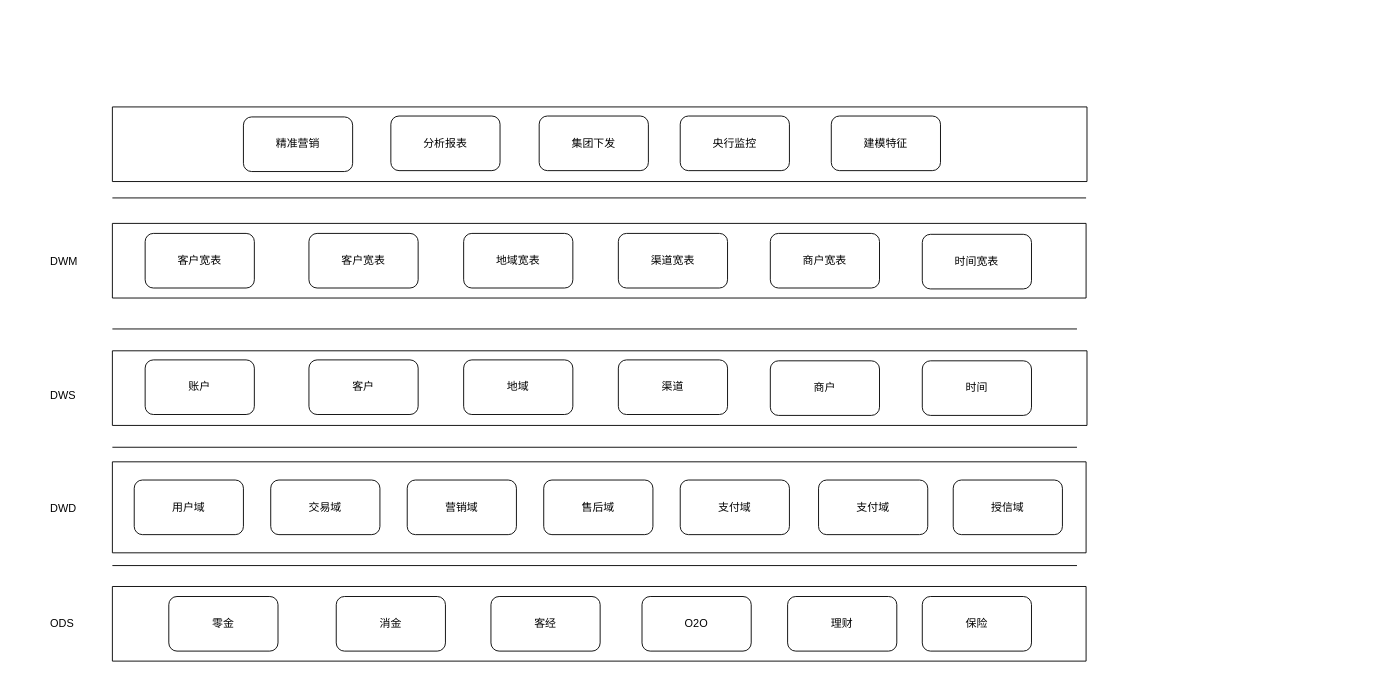
The draw.io diagram 数仓架构.drawio in CarryNi/Orange, before the edit. Source tidied: cells renumbered, new cells numbered last; positions are measured from the earlier drawing's top-left corner, leaving out a move shared by most shapes. Both pictures are drawn from the tidied source at 91%, with x=0, y=0 at pixel (48, 106).
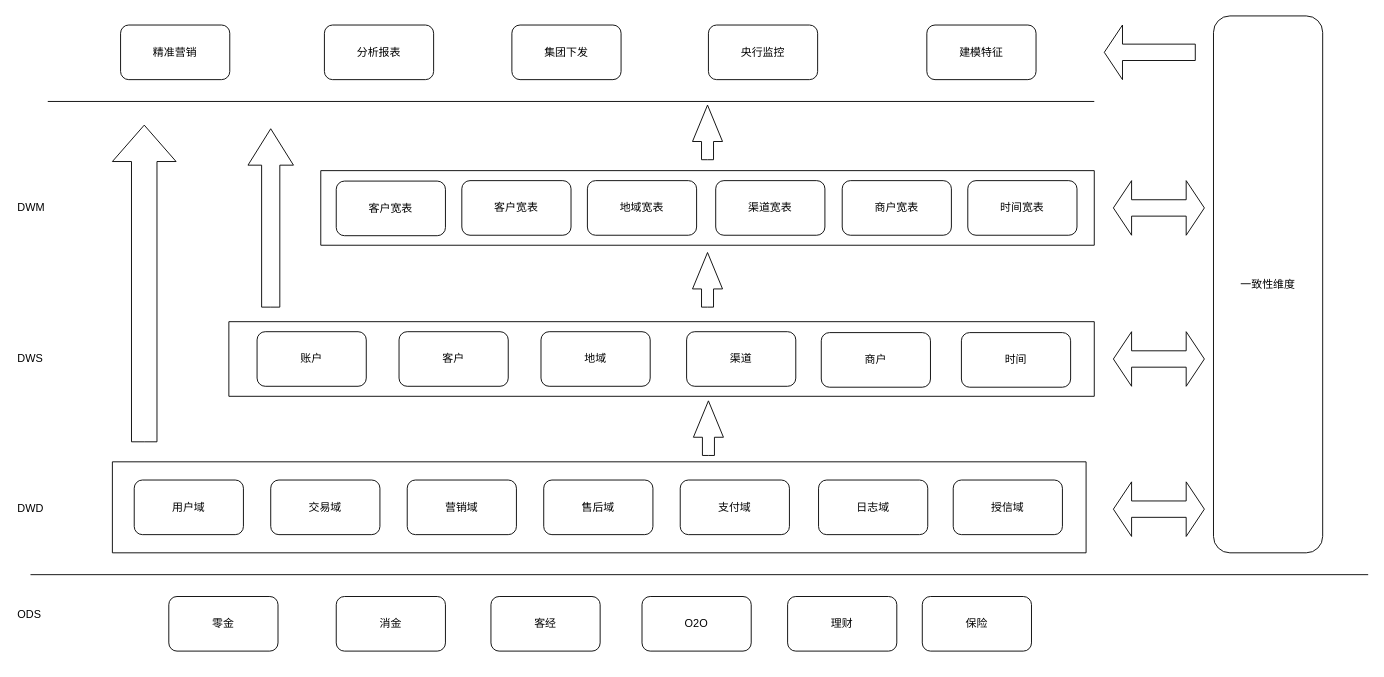
Above is the later version.

Change to the diagram source:
```diff
@@
-    <mxCell id="2" style="verticalLabelPosition=bottom;verticalAlign=top;html=1;shape=mxgraph.basic.rect;fillColor=#ffffff;fillColor2=none;strokeColor=#000000;strokeWidth=1;size=20;indent=5;" parent="1" vertex="1">
-      <mxGeometry x="70" width="1071" height="82" as="geometry" />
-    </mxCell>
     <mxCell id="3" style="verticalLabelPosition=bottom;verticalAlign=top;html=1;shape=mxgraph.basic.rect;fillColor=#ffffff;fillColor2=none;strokeColor=#000000;strokeWidth=1;size=20;indent=5;" parent="1" vertex="1">
-      <mxGeometry x="70" y="128" width="1070" height="82" as="geometry" />
+      <mxGeometry x="299" y="70" width="850" height="82" as="geometry" />
     </mxCell>
     <mxCell id="4" style="verticalLabelPosition=bottom;verticalAlign=top;html=1;shape=mxgraph.basic.rect;fillColor=#ffffff;fillColor2=none;strokeColor=#000000;strokeWidth=1;size=20;indent=5;" parent="1" vertex="1">
-      <mxGeometry x="70" y="268" width="1071" height="82" as="geometry" />
+      <mxGeometry x="198" y="236" width="951" height="82" as="geometry" />
     </mxCell>
@@
-    <mxCell id="6" style="verticalLabelPosition=bottom;verticalAlign=top;html=1;shape=mxgraph.basic.rect;fillColor=#ffffff;fillColor2=none;strokeColor=#000000;strokeWidth=1;size=20;indent=5;" parent="1" vertex="1">
-      <mxGeometry x="70" y="527" width="1070" height="82" as="geometry" />
-    </mxCell>
@@
-    <mxCell id="12" value="支付域" style="rounded=1;whiteSpace=wrap;html=1;" parent="1" vertex="1">
+    <mxCell id="12" value="日志域" style="rounded=1;whiteSpace=wrap;html=1;" parent="1" vertex="1">
       <mxGeometry x="846" y="410" width="120" height="60" as="geometry" />
     </mxCell>
@@
-    <mxCell id="14" style="line;strokeWidth=1;fillColor=none;align=left;verticalAlign=middle;spacingTop=-1;spacingLeft=3;spacingRight=3;labelPosition=right;fontSize=12;" parent="1" vertex="1">
-      <mxGeometry x="70" y="370" width="1060" height="8" as="geometry" />
-    </mxCell>
     <mxCell id="15" value="账户" style="rounded=1;whiteSpace=wrap;html=1;" parent="1" vertex="1">
-      <mxGeometry x="106" y="278" width="120" height="60" as="geometry" />
+      <mxGeometry x="229" y="247" width="120" height="60" as="geometry" />
     </mxCell>
     <mxCell id="16" value="客户" style="rounded=1;whiteSpace=wrap;html=1;" parent="1" vertex="1">
-      <mxGeometry x="286" y="278" width="120" height="60" as="geometry" />
+      <mxGeometry x="385" y="247" width="120" height="60" as="geometry" />
     </mxCell>
     <mxCell id="17" value="地域" style="rounded=1;whiteSpace=wrap;html=1;" parent="1" vertex="1">
-      <mxGeometry x="456" y="278" width="120" height="60" as="geometry" />
+      <mxGeometry x="541" y="247" width="120" height="60" as="geometry" />
     </mxCell>
     <mxCell id="18" value="渠道" style="rounded=1;whiteSpace=wrap;html=1;" parent="1" vertex="1">
-      <mxGeometry x="626" y="278" width="120" height="60" as="geometry" />
+      <mxGeometry x="701" y="247" width="120" height="60" as="geometry" />
     </mxCell>
     <mxCell id="19" value="商户" style="rounded=1;whiteSpace=wrap;html=1;" parent="1" vertex="1">
-      <mxGeometry x="793" y="279" width="120" height="60" as="geometry" />
+      <mxGeometry x="849" y="248" width="120" height="60" as="geometry" />
     </mxCell>
     <mxCell id="20" value="时间" style="rounded=1;whiteSpace=wrap;html=1;" parent="1" vertex="1">
-      <mxGeometry x="960" y="279" width="120" height="60" as="geometry" />
+      <mxGeometry x="1003" y="248" width="120" height="60" as="geometry" />
     </mxCell>
-    <mxCell id="21" style="line;strokeWidth=1;fillColor=none;align=left;verticalAlign=middle;spacingTop=-1;spacingLeft=3;spacingRight=3;labelPosition=right;fontSize=12;" parent="1" vertex="1">
-      <mxGeometry x="70" y="240" width="1060" height="8" as="geometry" />
-    </mxCell>
     <mxCell id="22" value="DWD" style="text;html=1;align=left;verticalAlign=top;spacingTop=-4;" parent="1" vertex="1">
-      <mxGeometry y="432" width="40" height="20" as="geometry" />
+      <mxGeometry x="-36" y="432" width="40" height="20" as="geometry" />
     </mxCell>
     <mxCell id="23" value="DWS" style="text;html=1;align=left;verticalAlign=top;spacingTop=-4;" parent="1" vertex="1">
-      <mxGeometry y="308" width="40" height="20" as="geometry" />
+      <mxGeometry x="-36" y="266.5" width="40" height="20" as="geometry" />
     </mxCell>
     <mxCell id="24" value="客户宽表" style="rounded=1;whiteSpace=wrap;html=1;" parent="1" vertex="1">
-      <mxGeometry x="286" y="139" width="120" height="60" as="geometry" />
+      <mxGeometry x="454" y="81" width="120" height="60" as="geometry" />
     </mxCell>
     <mxCell id="25" value="地域宽表" style="rounded=1;whiteSpace=wrap;html=1;" parent="1" vertex="1">
-      <mxGeometry x="456" y="139" width="120" height="60" as="geometry" />
+      <mxGeometry x="592" y="81" width="120" height="60" as="geometry" />
     </mxCell>
     <mxCell id="26" value="客户宽表" style="rounded=1;whiteSpace=wrap;html=1;" parent="1" vertex="1">
-      <mxGeometry x="106" y="139" width="120" height="60" as="geometry" />
+      <mxGeometry x="316" y="81.5" width="120" height="60" as="geometry" />
     </mxCell>
     <mxCell id="27" value="渠道宽表" style="rounded=1;whiteSpace=wrap;html=1;" parent="1" vertex="1">
-      <mxGeometry x="626" y="139" width="120" height="60" as="geometry" />
+      <mxGeometry x="733" y="81" width="120" height="60" as="geometry" />
     </mxCell>
     <mxCell id="28" value="商户宽表" style="rounded=1;whiteSpace=wrap;html=1;" parent="1" vertex="1">
-      <mxGeometry x="793" y="139" width="120" height="60" as="geometry" />
+      <mxGeometry x="872" y="81" width="120" height="60" as="geometry" />
     </mxCell>
     <mxCell id="29" value="时间宽表" style="rounded=1;whiteSpace=wrap;html=1;" parent="1" vertex="1">
-      <mxGeometry x="960" y="140" width="120" height="60" as="geometry" />
+      <mxGeometry x="1010" y="81" width="120" height="60" as="geometry" />
     </mxCell>
     <mxCell id="30" value="DWM" style="text;html=1;align=left;verticalAlign=top;spacingTop=-4;" parent="1" vertex="1">
-      <mxGeometry y="160" width="50" height="20" as="geometry" />
+      <mxGeometry x="-36" y="101" width="50" height="20" as="geometry" />
     </mxCell>
-    <mxCell id="31" style="line;strokeWidth=1;fillColor=none;align=left;verticalAlign=middle;spacingTop=-1;spacingLeft=3;spacingRight=3;labelPosition=right;fontSize=12;" parent="1" vertex="1">
-      <mxGeometry x="70" y="96" width="1070" height="8" as="geometry" />
-    </mxCell>
-    <mxCell id="32" style="line;strokeWidth=1;fillColor=none;align=left;verticalAlign=middle;spacingTop=-1;spacingLeft=3;spacingRight=3;labelPosition=right;fontSize=12;" parent="1" vertex="1">
-      <mxGeometry x="70" y="500" width="1060" height="8" as="geometry" />
-    </mxCell>
@@
     <mxCell id="35" value="ODS" style="text;html=1;align=left;verticalAlign=top;spacingTop=-4;" parent="1" vertex="1">
-      <mxGeometry y="558" width="40" height="20" as="geometry" />
+      <mxGeometry x="-36" y="548" width="40" height="20" as="geometry" />
     </mxCell>
@@
     <mxCell id="40" value="精准营销" style="rounded=1;whiteSpace=wrap;html=1;" parent="1" vertex="1">
-      <mxGeometry x="214" y="11" width="120" height="60" as="geometry" />
+      <mxGeometry x="79" y="-90" width="120" height="60" as="geometry" />
     </mxCell>
     <mxCell id="41" value="分析报表" style="rounded=1;whiteSpace=wrap;html=1;" parent="1" vertex="1">
-      <mxGeometry x="376" y="10" width="120" height="60" as="geometry" />
+      <mxGeometry x="303" y="-90" width="120" height="60" as="geometry" />
     </mxCell>
     <mxCell id="42" value="集团下发" style="rounded=1;whiteSpace=wrap;html=1;" parent="1" vertex="1">
-      <mxGeometry x="539" y="10" width="120" height="60" as="geometry" />
+      <mxGeometry x="509" y="-90" width="120" height="60" as="geometry" />
     </mxCell>
     <mxCell id="43" value="央行监控" style="rounded=1;whiteSpace=wrap;html=1;" parent="1" vertex="1">
-      <mxGeometry x="694" y="10" width="120" height="60" as="geometry" />
+      <mxGeometry x="725" y="-90" width="120" height="60" as="geometry" />
     </mxCell>
     <mxCell id="44" value="建模特征" style="rounded=1;whiteSpace=wrap;html=1;" parent="1" vertex="1">
-      <mxGeometry x="860" y="10" width="120" height="60" as="geometry" />
+      <mxGeometry x="965" y="-90" width="120" height="60" as="geometry" />
     </mxCell>
+    <mxCell id="45" style="line;strokeWidth=1;fillColor=none;align=left;verticalAlign=middle;spacingTop=-1;spacingLeft=3;spacingRight=3;labelPosition=right;fontSize=12;" parent="1" vertex="1">
+      <mxGeometry x="-1" y="-10" width="1150" height="8" as="geometry" />
+    </mxCell>
+    <mxCell id="46" style="line;strokeWidth=1;fillColor=none;align=left;verticalAlign=middle;spacingTop=-1;spacingLeft=3;spacingRight=3;labelPosition=right;fontSize=12;" parent="1" vertex="1">
+      <mxGeometry x="-20" y="510" width="1470" height="8" as="geometry" />
+    </mxCell>
+    <mxCell id="47" style="html=1;shadow=0;dashed=0;align=center;verticalAlign=middle;shape=mxgraph.arrows2.arrow;dy=0.6;dx=40;direction=north;notch=0;" parent="1" vertex="1">
+      <mxGeometry x="70" y="20" width="70" height="348" as="geometry" />
+    </mxCell>
+    <mxCell id="48" style="html=1;shadow=0;dashed=0;align=center;verticalAlign=middle;shape=mxgraph.arrows2.arrow;dy=0.6;dx=40;direction=north;notch=0;" parent="1" vertex="1">
+      <mxGeometry x="219" y="24" width="50" height="196" as="geometry" />
+    </mxCell>
+    <mxCell id="49" style="html=1;shadow=0;dashed=0;align=center;verticalAlign=middle;shape=mxgraph.arrows2.arrow;dy=0.6;dx=40;direction=north;notch=0;" parent="1" vertex="1">
+      <mxGeometry x="707.5" y="-2" width="33" height="60" as="geometry" />
+    </mxCell>
+    <mxCell id="50" style="html=1;shadow=0;dashed=0;align=center;verticalAlign=middle;shape=mxgraph.arrows2.arrow;dy=0.6;dx=40;direction=north;notch=0;" parent="1" vertex="1">
+      <mxGeometry x="707.5" y="160" width="33" height="60" as="geometry" />
+    </mxCell>
+    <mxCell id="51" style="html=1;shadow=0;dashed=0;align=center;verticalAlign=middle;shape=mxgraph.arrows2.arrow;dy=0.6;dx=40;direction=north;notch=0;" parent="1" vertex="1">
+      <mxGeometry x="708.5" y="323" width="33" height="60" as="geometry" />
+    </mxCell>
+    <mxCell id="52" value="一致性维度" style="rounded=1;whiteSpace=wrap;html=1;" parent="1" vertex="1">
+      <mxGeometry x="1280" y="-100" width="120" height="590" as="geometry" />
+    </mxCell>
+    <mxCell id="53" style="shape=doubleArrow;whiteSpace=wrap;html=1;" parent="1" vertex="1">
+      <mxGeometry x="1170" y="412" width="100" height="60" as="geometry" />
+    </mxCell>
+    <mxCell id="54" style="shape=doubleArrow;whiteSpace=wrap;html=1;" parent="1" vertex="1">
+      <mxGeometry x="1170" y="247" width="100" height="60" as="geometry" />
+    </mxCell>
+    <mxCell id="55" style="shape=doubleArrow;whiteSpace=wrap;html=1;" parent="1" vertex="1">
+      <mxGeometry x="1170" y="81" width="100" height="60" as="geometry" />
+    </mxCell>
+    <mxCell id="56" style="shape=singleArrow;direction=west;whiteSpace=wrap;html=1;" parent="1" vertex="1">
+      <mxGeometry x="1160" y="-90" width="100" height="60" as="geometry" />
+    </mxCell>
```
